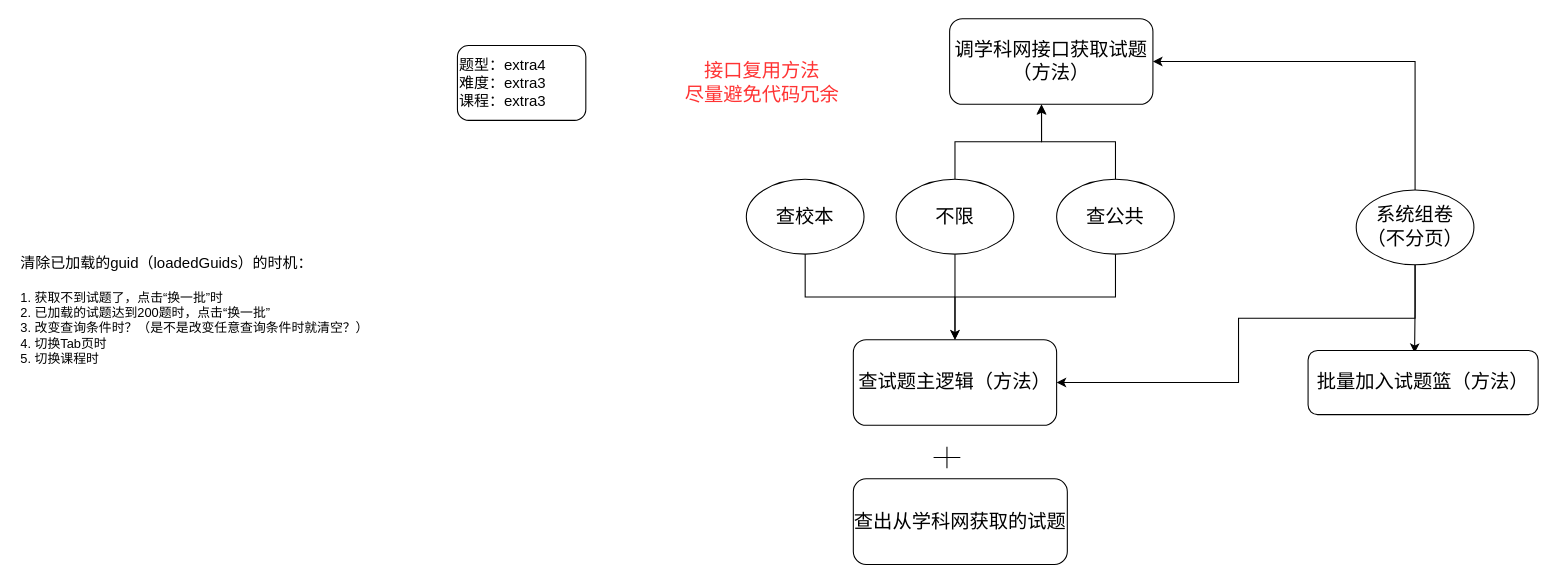
The draw.io diagram img/试题查询相关功能.drawio in li-fenglei/pic-bed, before the edit. Source tidied: cells renumbered, new cells numbered last; positions are measured from the earlier drawing's top-left corner, leaving out a move shared by most shapes. Both pictures are drawn from the tidied source at 107%, with x=0, y=0 at pixel (18, 18).
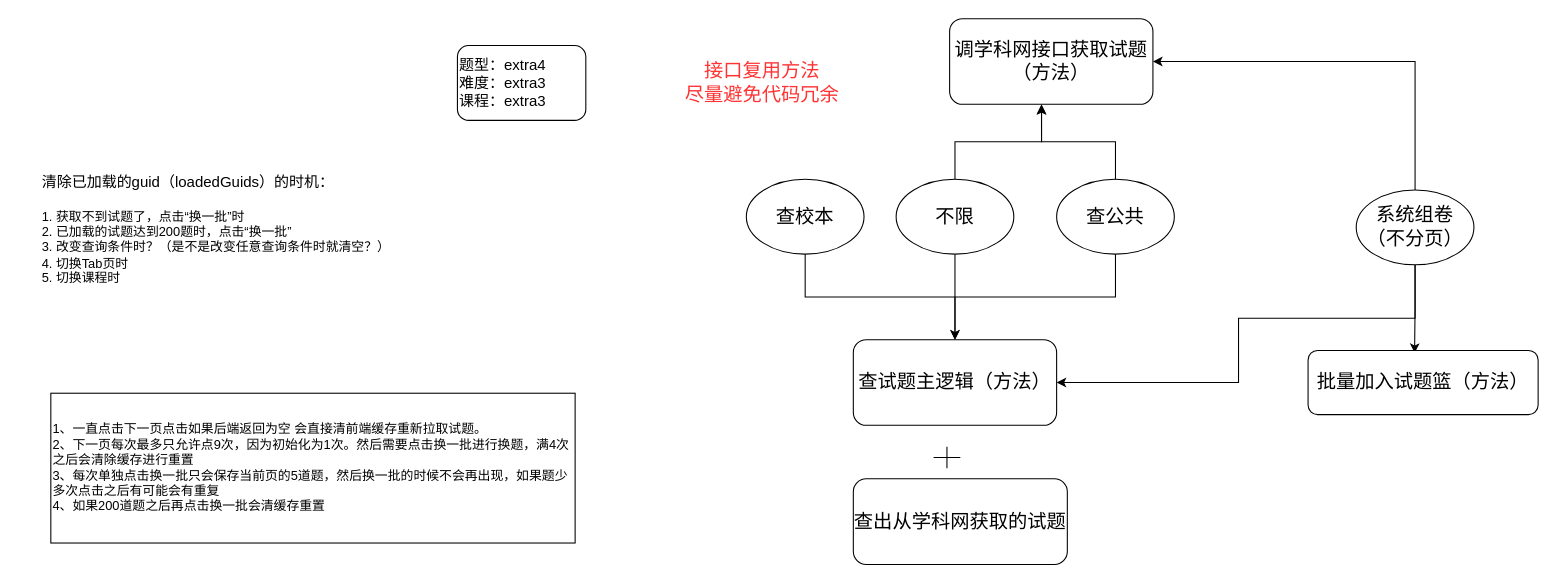
After the change.

Commit message:
更新试题查询相关功能.drawio

The edit, as a diff of the source:
```diff
@@
     <mxCell id="21" value="&lt;h2 style=&quot;margin-top: 0px;&quot;&gt;&lt;span style=&quot;font-weight: 400;&quot;&gt;&lt;font style=&quot;font-size: 14px;&quot;&gt;清除已加载的guid（loadedGuids）的时机：&lt;/font&gt;&lt;/span&gt;&lt;/h2&gt;&lt;p&gt;1. 获取不到试题了，点击“换一批”时&lt;br&gt;2. 已加载的试题达到200题时，点击“换一批”&lt;br&gt;3. 改变查询条件时？（是不是改变任意查询条件时就清空？）&lt;br&gt;4. 切换Tab页时&lt;br&gt;5. 切换课程时&lt;/p&gt;" style="text;html=1;whiteSpace=wrap;overflow=hidden;rounded=0;" parent="1" vertex="1">
-      <mxGeometry y="210" width="390" height="120" as="geometry" />
+      <mxGeometry x="20" y="135" width="390" height="120" as="geometry" />
     </mxCell>
+    <mxCell id="22" value="&lt;div&gt;1、一直点击下一页点击如果后端返回为空 会直接清前端缓存重新拉取试题。&lt;/div&gt;&lt;div&gt;2、下一页每次最多只允许点9次，因为初始化为1次。然后需要点击换一批进行换题，满4次之后会清除缓存进行重置&lt;/div&gt;&lt;div&gt;3、每次单独点击换一批只会保存当前页的5道题，然后换一批的时候不会再出现，如果题少多次点击之后有可能会有重复&lt;/div&gt;&lt;div&gt;4、如果200道题之后再点击换一批会清缓存重置&lt;/div&gt;" style="rounded=0;whiteSpace=wrap;html=1;align=left;" parent="1" vertex="1">
+      <mxGeometry x="30" y="350" width="490" height="140" as="geometry" />
+    </mxCell>
```
